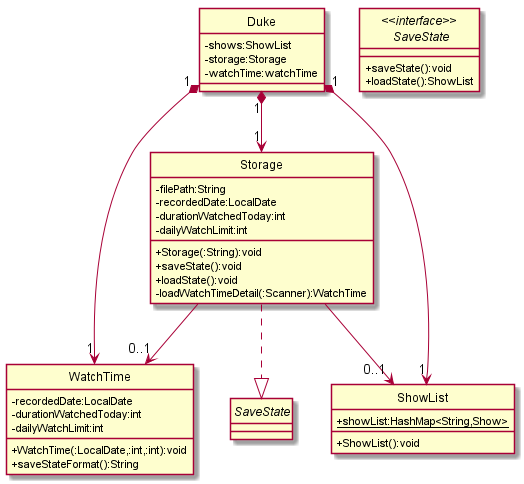
Earlier version of the PlantUML export docs/images/storageDG/StorageClassDiagram.png (nus-cs2113-AY2021S1/tp). The source it was exported from:
```plantuml
@startuml

hide circle
skinparam classAttributeIconSize 0
class Duke
class Storage
interface SaveState
class WatchTime
class ShowList

Duke "1" *--> "1" Storage
Storage ..|> SaveState
Duke "1" *--> "1" WatchTime
Storage --> "0..1" WatchTime
Duke "1" *--> "1" ShowList
Storage --> "0..1" ShowList

class ShowList {
+ {static} showList:HashMap<String,Show>
+ ShowList():void
}
class WatchTime {
-recordedDate:LocalDate
-durationWatchedToday:int
-dailyWatchLimit:int
+ WatchTime(:LocalDate,:int,:int):void
+ saveStateFormat():String
}

interface "<<interface>> \n SaveState" {
+saveState():void
+loadState():ShowList
}

class Storage {
-filePath:String
-recordedDate:LocalDate
-durationWatchedToday:int
-dailyWatchLimit:int
+Storage(:String):void
+saveState():void
+loadState():void
-loadWatchTimeDetail(:Scanner):WatchTime
}

class Duke{
-shows:ShowList
-storage:Storage
-watchTime:watchTime
}
@enduml
```
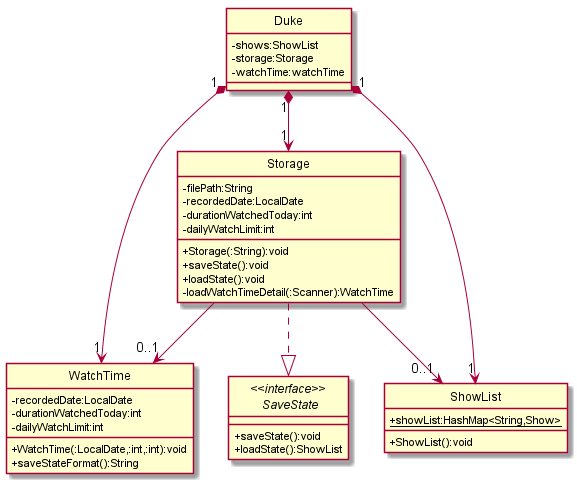
After the commit.

Commit message:
Fix class diagram formats and small changes in DG/UG to fix images and formatting

The edit, as a diff of the source:
```diff
@@ -4,12 +4,12 @@
 skinparam classAttributeIconSize 0
 class Duke
 class Storage
-interface SaveState
+interface "<<interface>> \n SaveState"
 class WatchTime
 class ShowList
 
 Duke "1" *--> "1" Storage
-Storage ..|> SaveState
+Storage ..|> "<<interface>> \n SaveState"
 Duke "1" *--> "1" WatchTime
 Storage --> "0..1" WatchTime
 Duke "1" *--> "1" ShowList
```
